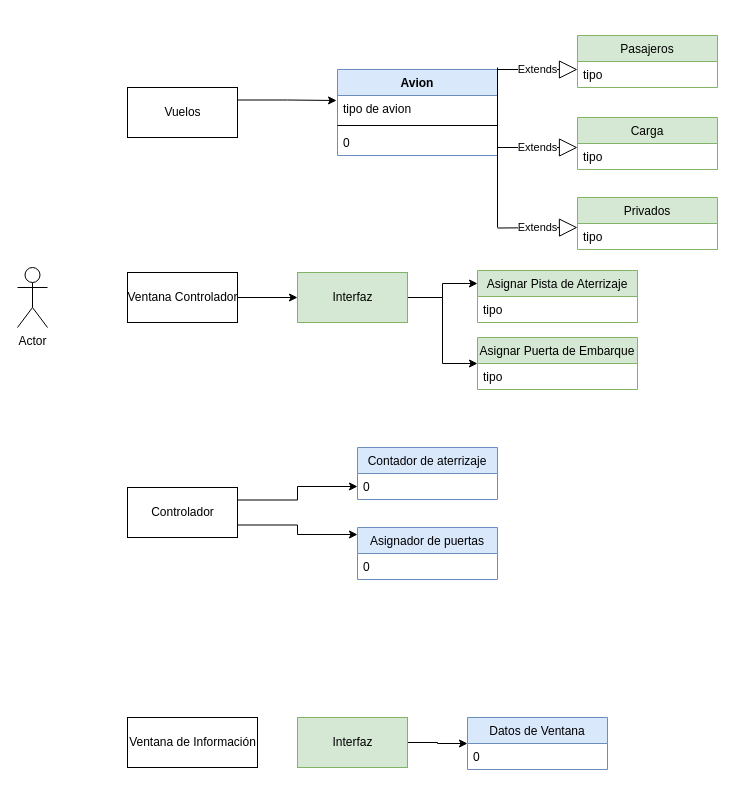
Earlier version of the draw.io diagram Diagrama proyecto 2.drawio (CarlosArango33/Proyecto2_POO). Source tidied: cells renumbered, new cells numbered last; positions are measured from the earlier drawing's top-left corner, leaving out a move shared by most shapes. Both pictures are drawn from the tidied source at 100%, with x=0, y=0 at pixel (17, 35).
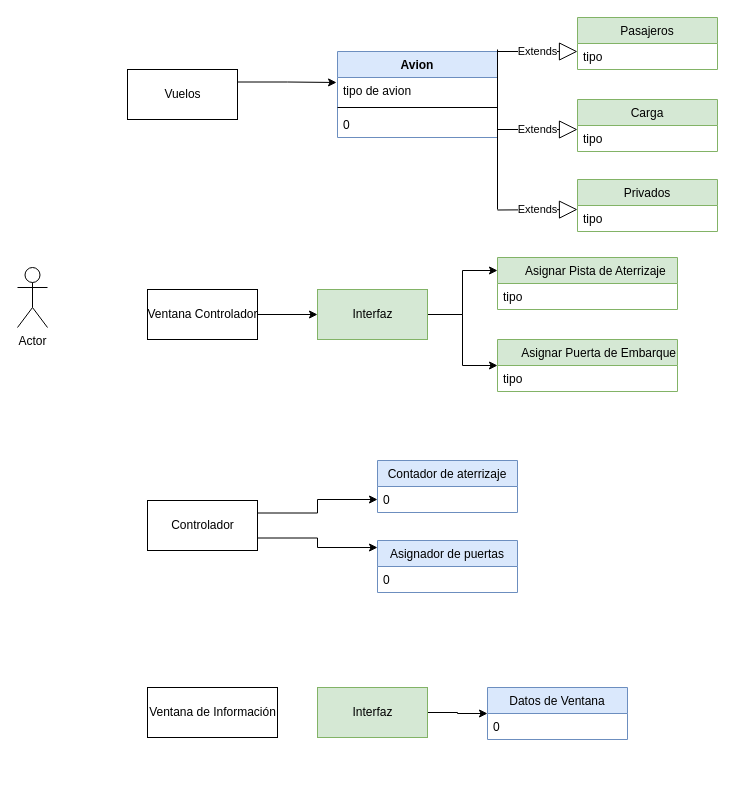
Above is the later version.

Diff of the diagram source:
```diff
@@
     <mxCell id="4" value="Vuelos" style="html=1;" parent="1" vertex="1">
-      <mxGeometry x="110" y="52" width="110" height="50" as="geometry" />
+      <mxGeometry x="110" y="34" width="110" height="50" as="geometry" />
     </mxCell>
@@
     <mxCell id="6" value="Ventana Controlador" style="html=1;" parent="1" vertex="1">
-      <mxGeometry x="110" y="237" width="110" height="50" as="geometry" />
+      <mxGeometry x="130" y="254" width="110" height="50" as="geometry" />
     </mxCell>
@@
     <mxCell id="9" value="Controlador" style="html=1;" parent="1" vertex="1">
-      <mxGeometry x="110" y="452" width="110" height="50" as="geometry" />
+      <mxGeometry x="130" y="465" width="110" height="50" as="geometry" />
     </mxCell>
     <mxCell id="10" value="Ventana de Información" style="html=1;" parent="1" vertex="1">
-      <mxGeometry x="110" y="682" width="130" height="50" as="geometry" />
+      <mxGeometry x="130" y="652" width="130" height="50" as="geometry" />
     </mxCell>
     <mxCell id="11" value="Avion" style="swimlane;fontStyle=1;align=center;verticalAlign=top;horizontal=1;startSize=26;fillColor=#dae8fc;strokeColor=#6c8ebf;" parent="1" vertex="1">
-      <mxGeometry x="320" y="34" width="160" height="86" as="geometry" />
+      <mxGeometry x="320" y="16" width="160" height="86" as="geometry" />
     </mxCell>
@@
     <mxCell id="15" value="Carga" style="swimlane;fontStyle=0;horizontal=1;startSize=26;fillColor=#d5e8d4;strokeColor=#82b366;" parent="1" vertex="1">
-      <mxGeometry x="560" y="82" width="140" height="52" as="geometry" />
+      <mxGeometry x="560" y="64" width="140" height="52" as="geometry" />
     </mxCell>
@@
     <mxCell id="17" value="Pasajeros" style="swimlane;fontStyle=0;horizontal=1;startSize=26;fillColor=#d5e8d4;strokeColor=#82b366;" parent="1" vertex="1">
-      <mxGeometry x="560" width="140" height="52" as="geometry" />
+      <mxGeometry x="560" y="-18" width="140" height="52" as="geometry" />
     </mxCell>
@@
     <mxCell id="19" value="Privados" style="swimlane;fontStyle=0;horizontal=1;startSize=26;fillColor=#d5e8d4;strokeColor=#82b366;" parent="1" vertex="1">
-      <mxGeometry x="560" y="162" width="140" height="52" as="geometry" />
+      <mxGeometry x="560" y="144" width="140" height="52" as="geometry" />
     </mxCell>
@@
     <mxCell id="21" value="Extends" style="endArrow=block;endSize=16;endFill=0;html=1;exitX=1;exitY=0;exitDx=0;exitDy=0;" parent="1" edge="1" source="11">
       <mxGeometry relative="1" as="geometry">
-        <mxPoint x="560" y="34" as="targetPoint" />
+        <mxPoint x="560" y="16" as="targetPoint" />
         <Array as="points">
-          <mxPoint x="534" y="34" />
+          <mxPoint x="534" y="16" />
         </Array>
       </mxGeometry>
     </mxCell>
     <mxCell id="22" value="Extends" style="endArrow=block;endSize=16;endFill=0;html=1;" parent="1" edge="1">
       <mxGeometry relative="1" as="geometry">
-        <mxPoint x="480" y="192.5" as="sourcePoint" />
-        <mxPoint x="560" y="192" as="targetPoint" />
+        <mxPoint x="480" y="174.5" as="sourcePoint" />
+        <mxPoint x="560" y="174" as="targetPoint" />
       </mxGeometry>
     </mxCell>
     <mxCell id="23" value="Extends" style="endArrow=block;endSize=16;endFill=0;html=1;" parent="1" edge="1">
       <mxGeometry relative="1" as="geometry">
-        <mxPoint x="480" y="112" as="sourcePoint" />
-        <mxPoint x="560" y="112" as="targetPoint" />
+        <mxPoint x="480" y="94" as="sourcePoint" />
+        <mxPoint x="560" y="94" as="targetPoint" />
       </mxGeometry>
     </mxCell>
     <mxCell id="24" style="endArrow=none;html=1;" parent="1" edge="1">
       <mxGeometry relative="1" as="geometry">
-        <mxPoint x="480" y="32" as="sourcePoint" />
-        <mxPoint x="480" y="192" as="targetPoint" />
+        <mxPoint x="480" y="14" as="sourcePoint" />
+        <mxPoint x="480" y="174" as="targetPoint" />
       </mxGeometry>
     </mxCell>
     <mxCell id="25" value="Contador de aterrizaje" style="swimlane;fontStyle=0;horizontal=1;startSize=26;fillColor=#dae8fc;strokeColor=#6c8ebf;" parent="1" vertex="1">
-      <mxGeometry x="340" y="412" width="140" height="52" as="geometry" />
+      <mxGeometry x="360" y="425" width="140" height="52" as="geometry" />
     </mxCell>
@@
     <mxCell id="27" value="Asignador de puertas" style="swimlane;fontStyle=0;horizontal=1;startSize=26;fillColor=#dae8fc;strokeColor=#6c8ebf;" parent="1" vertex="1">
-      <mxGeometry x="340" y="492" width="140" height="52" as="geometry" />
+      <mxGeometry x="360" y="505" width="140" height="52" as="geometry" />
     </mxCell>
@@
     <mxCell id="30" value="Interfaz" style="html=1;fillColor=#d5e8d4;strokeColor=#82b366;" parent="1" vertex="1">
-      <mxGeometry x="280" y="682" width="110" height="50" as="geometry" />
+      <mxGeometry x="300" y="652" width="110" height="50" as="geometry" />
     </mxCell>
     <mxCell id="31" value="Datos de Ventana" style="swimlane;fontStyle=0;horizontal=1;startSize=26;fillColor=#dae8fc;strokeColor=#6c8ebf;" parent="1" vertex="1">
-      <mxGeometry x="450" y="682" width="140" height="52" as="geometry" />
+      <mxGeometry x="470" y="652" width="140" height="52" as="geometry" />
     </mxCell>
@@
     <mxCell id="35" value="Interfaz" style="html=1;fillColor=#d5e8d4;strokeColor=#82b366;" parent="1" vertex="1">
-      <mxGeometry x="280" y="237" width="110" height="50" as="geometry" />
+      <mxGeometry x="300" y="254" width="110" height="50" as="geometry" />
     </mxCell>
-    <mxCell id="36" value="Asignar Pista de Aterrizaje" style="swimlane;fontStyle=0;horizontal=1;startSize=26;fillColor=#d5e8d4;strokeColor=#82b366;" parent="1" vertex="1">
-      <mxGeometry x="460" y="235" width="160" height="52" as="geometry" />
+    <mxCell id="36" value="     Asignar Pista de Aterrizaje" style="swimlane;fontStyle=0;horizontal=1;startSize=26;fillColor=#d5e8d4;strokeColor=#82b366;" parent="1" vertex="1">
+      <mxGeometry x="480" y="222" width="180" height="52" as="geometry" />
     </mxCell>
     <mxCell id="37" value="tipo" style="text;strokeColor=none;fillColor=none;align=left;verticalAlign=top;spacingLeft=4;spacingRight=4;overflow=hidden;" parent="36" vertex="1">
-      <mxGeometry y="26" width="160" height="26" as="geometry" />
+      <mxGeometry y="26" width="180" height="26" as="geometry" />
     </mxCell>
-    <mxCell id="38" value="Asignar Puerta de Embarque" style="swimlane;fontStyle=0;horizontal=1;startSize=26;fillColor=#d5e8d4;strokeColor=#82b366;" parent="1" vertex="1">
-      <mxGeometry x="460" y="302" width="160" height="52" as="geometry" />
+    <mxCell id="38" value="       Asignar Puerta de Embarque" style="swimlane;fontStyle=0;horizontal=1;startSize=26;fillColor=#d5e8d4;strokeColor=#82b366;" parent="1" vertex="1">
+      <mxGeometry x="480" y="304" width="180" height="52" as="geometry" />
     </mxCell>
     <mxCell id="39" value="tipo" style="text;strokeColor=none;fillColor=none;align=left;verticalAlign=top;spacingLeft=4;spacingRight=4;overflow=hidden;" parent="38" vertex="1">
-      <mxGeometry y="26" width="160" height="26" as="geometry" />
+      <mxGeometry y="26" width="180" height="26" as="geometry" />
     </mxCell>
```
